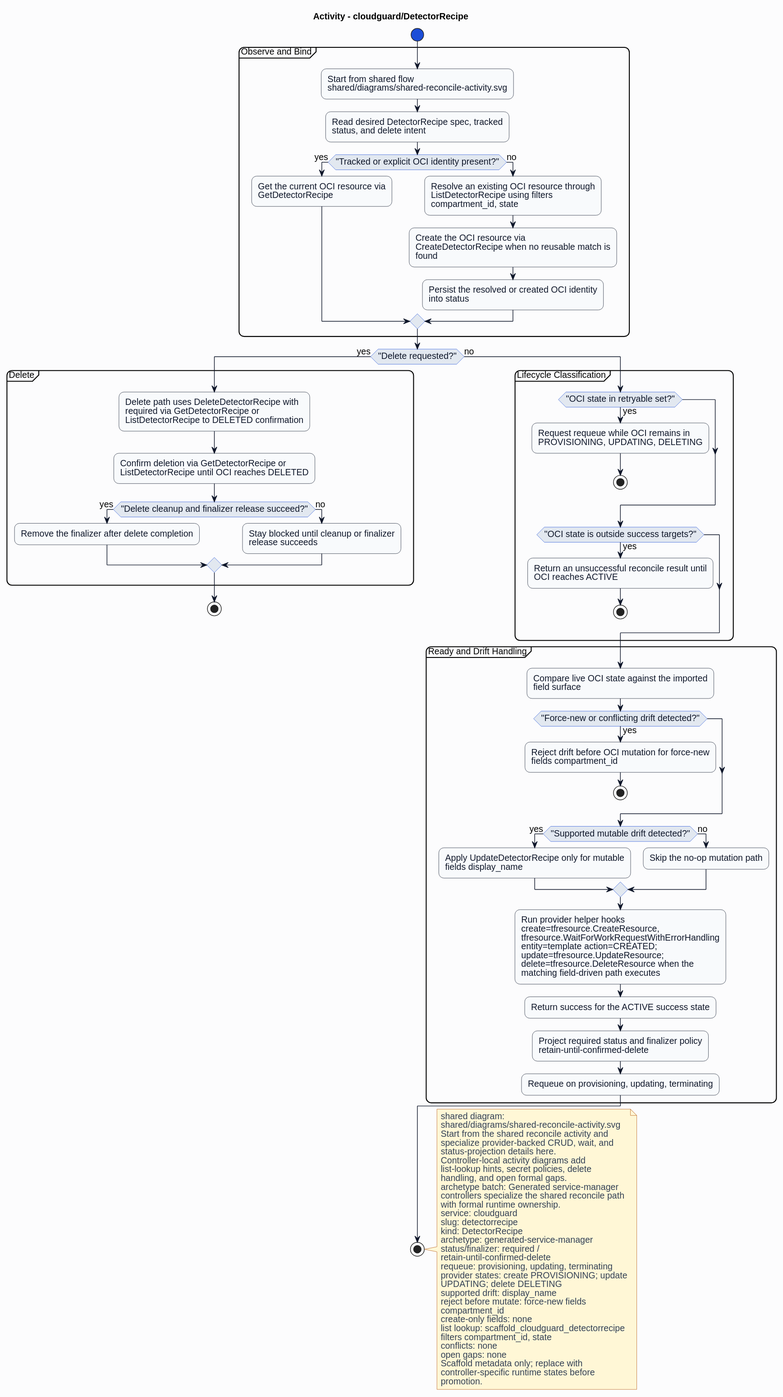
The PlantUML diagram formal/controllers/cloudguard/detectorrecipe/diagrams/activity.svg in HaoyL666/oci-service-operator, before a commit. Source of this version:
```plantuml
@startuml
skinparam shadowing false
skinparam backgroundColor #fcfcfd
skinparam defaultFontName Helvetica
skinparam defaultFontSize 14
skinparam arrowColor #0f172a
skinparam noteBackgroundColor #fff7d6
skinparam noteBorderColor #b45309
skinparam noteFontColor #334155
skinparam roundcorner 16
title Activity - cloudguard/DetectorRecipe
skinparam activity {
  backgroundColor #f8fafc
  borderColor #0f172a
  fontColor #0f172a
  diamondBackgroundColor #e2e8f0
  diamondBorderColor #1d4ed8
  diamondFontColor #0f172a
  startColor #1d4ed8
  endColor #0f172a
  barColor #1d4ed8
}
start
partition "Observe and Bind" {
:Start from shared flow\nshared/diagrams/shared-reconcile-activity.svg;
:Read desired DetectorRecipe spec, tracked\nstatus, and delete intent;
if ("Tracked or explicit OCI identity present?") then (yes)
:Get the current OCI resource via\nGetDetectorRecipe;
else (no)
:Resolve an existing OCI resource through\nListDetectorRecipe using filters\ncompartment_id, state;
:Create the OCI resource via\nCreateDetectorRecipe when no reusable match is\nfound;
:Persist the resolved or created OCI identity\ninto status;
endif
}
if ("Delete requested?") then (yes)
partition "Delete" {
:Delete path uses DeleteDetectorRecipe with\nrequired via GetDetectorRecipe or\nListDetectorRecipe to DELETED confirmation;
:Confirm deletion via GetDetectorRecipe or\nListDetectorRecipe until OCI reaches DELETED;
if ("Delete cleanup and finalizer release succeed?") then (yes)
:Remove the finalizer after delete completion;
else (no)
:Stay blocked until cleanup or finalizer\nrelease succeeds;
endif
}
stop
else (no)
partition "Lifecycle Classification" {
if ("OCI state in retryable set?") then (yes)
:Request requeue while OCI remains in\nPROVISIONING, UPDATING, DELETING;
stop
endif
if ("OCI state is outside success targets?") then (yes)
:Return an unsuccessful reconcile result until\nOCI reaches ACTIVE;
stop
endif
}
partition "Ready and Drift Handling" {
:Compare live OCI state against the imported\nfield surface;
if ("Force-new or conflicting drift detected?") then (yes)
:Reject drift before OCI mutation for force-new\nfields compartment_id;
stop
endif
if ("Supported mutable drift detected?") then (yes)
:Apply UpdateDetectorRecipe only for mutable\nfields display_name;
else (no)
:Skip the no-op mutation path;
endif
:Run provider helper hooks\ncreate=tfresource.CreateResource,\ntfresource.WaitForWorkRequestWithErrorHandling\nentity=template action=CREATED;\nupdate=tfresource.UpdateResource;\ndelete=tfresource.DeleteResource when the\nmatching field-driven path executes;
:Return success for the ACTIVE success state;
:Project required status and finalizer policy\nretain-until-confirmed-delete;
:Requeue on provisioning, updating, terminating;
}
endif
stop
note right
shared diagram:
shared/diagrams/shared-reconcile-activity.svg
Start from the shared reconcile activity and
specialize provider-backed CRUD, wait, and
status-projection details here.
Controller-local activity diagrams add
list-lookup hints, secret policies, delete
handling, and open formal gaps.
archetype batch: Generated service-manager
controllers specialize the shared reconcile path
with formal runtime ownership.
service: cloudguard
slug: detectorrecipe
kind: DetectorRecipe
archetype: generated-service-manager
status/finalizer: required /
retain-until-confirmed-delete
requeue: provisioning, updating, terminating
provider states: create PROVISIONING; update
UPDATING; delete DELETING
supported drift: display_name
reject before mutate: force-new fields
compartment_id
create-only fields: none
list lookup: scaffold_cloudguard_detectorrecipe
filters compartment_id, state
conflicts: none
open gaps: none
Scaffold metadata only; replace with
controller-specific runtime states before
promotion.
end note
@enduml
```
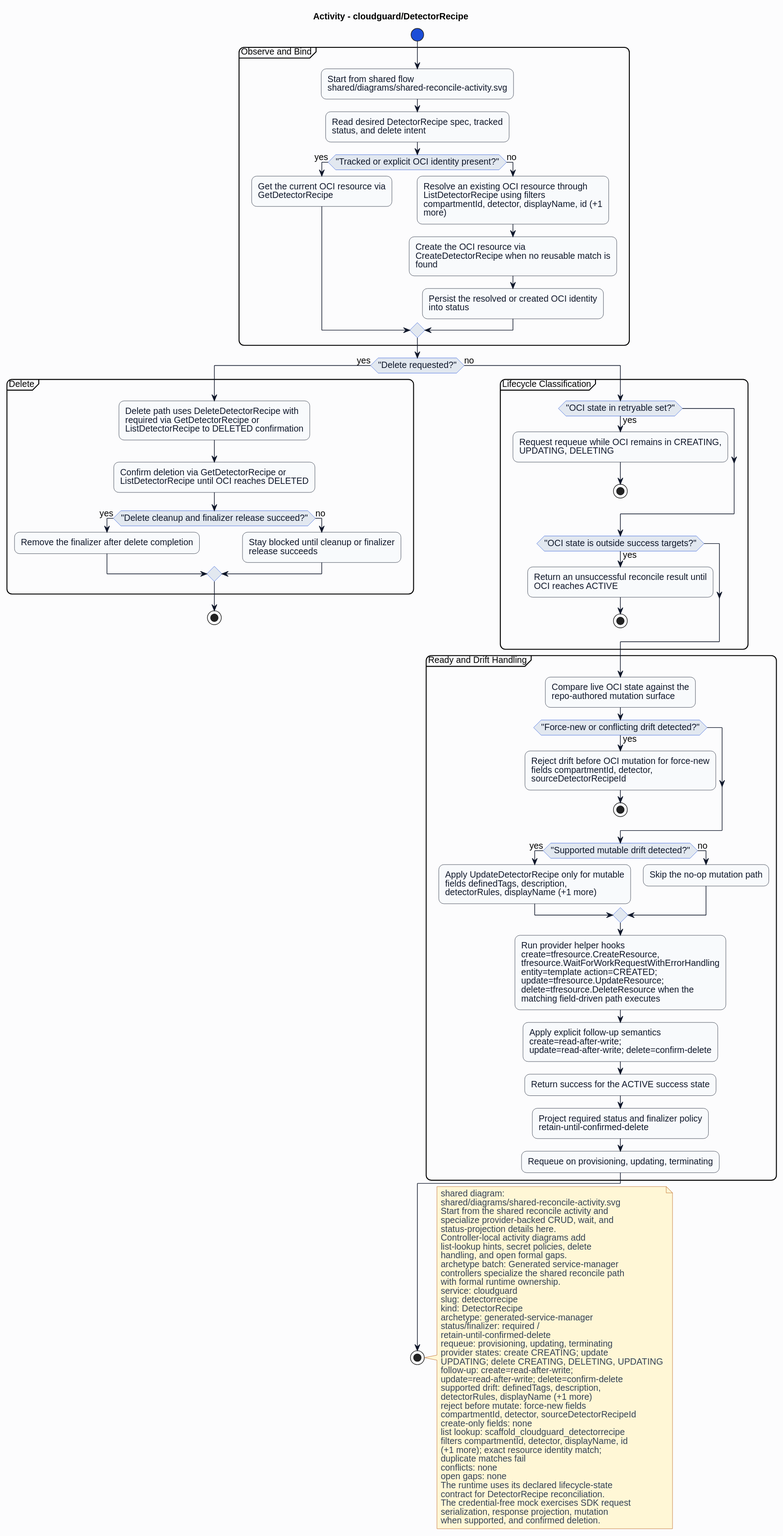
The same file after the commit.

Change to the diagram source:
```diff
@@ -27,7 +27,7 @@
 if ("Tracked or explicit OCI identity present?") then (yes)
 :Get the current OCI resource via\nGetDetectorRecipe;
 else (no)
-:Resolve an existing OCI resource through\nListDetectorRecipe using filters\ncompartment_id, state;
+:Resolve an existing OCI resource through\nListDetectorRecipe using filters\ncompartmentId, detector, displayName, id (+1\nmore);
 :Create the OCI resource via\nCreateDetectorRecipe when no reusable match is\nfound;
 :Persist the resolved or created OCI identity\ninto status;
 endif
@@ -46,7 +46,7 @@
 else (no)
 partition "Lifecycle Classification" {
 if ("OCI state in retryable set?") then (yes)
-:Request requeue while OCI remains in\nPROVISIONING, UPDATING, DELETING;
+:Request requeue while OCI remains in CREATING,\nUPDATING, DELETING;
 stop
 endif
 if ("OCI state is outside success targets?") then (yes)
@@ -55,17 +55,18 @@
 endif
 }
 partition "Ready and Drift Handling" {
-:Compare live OCI state against the imported\nfield surface;
+:Compare live OCI state against the\nrepo-authored mutation surface;
 if ("Force-new or conflicting drift detected?") then (yes)
-:Reject drift before OCI mutation for force-new\nfields compartment_id;
+:Reject drift before OCI mutation for force-new\nfields compartmentId, detector,\nsourceDetectorRecipeId;
 stop
 endif
 if ("Supported mutable drift detected?") then (yes)
-:Apply UpdateDetectorRecipe only for mutable\nfields display_name;
+:Apply UpdateDetectorRecipe only for mutable\nfields definedTags, description,\ndetectorRules, displayName (+1 more);
 else (no)
 :Skip the no-op mutation path;
 endif
 :Run provider helper hooks\ncreate=tfresource.CreateResource,\ntfresource.WaitForWorkRequestWithErrorHandling\nentity=template action=CREATED;\nupdate=tfresource.UpdateResource;\ndelete=tfresource.DeleteResource when the\nmatching field-driven path executes;
+:Apply explicit follow-up semantics\ncreate=read-after-write;\nupdate=read-after-write; delete=confirm-delete;
 :Return success for the ACTIVE success state;
 :Project required status and finalizer policy\nretain-until-confirmed-delete;
 :Requeue on provisioning, updating, terminating;
@@ -91,18 +92,25 @@
 status/finalizer: required /
 retain-until-confirmed-delete
 requeue: provisioning, updating, terminating
-provider states: create PROVISIONING; update
-UPDATING; delete DELETING
-supported drift: display_name
+provider states: create CREATING; update
+UPDATING; delete CREATING, DELETING, UPDATING
+follow-up: create=read-after-write;
+update=read-after-write; delete=confirm-delete
+supported drift: definedTags, description,
+detectorRules, displayName (+1 more)
 reject before mutate: force-new fields
-compartment_id
+compartmentId, detector, sourceDetectorRecipeId
 create-only fields: none
 list lookup: scaffold_cloudguard_detectorrecipe
-filters compartment_id, state
+filters compartmentId, detector, displayName, id
+(+1 more); exact resource identity match;
+duplicate matches fail
 conflicts: none
 open gaps: none
-Scaffold metadata only; replace with
-controller-specific runtime states before
-promotion.
+The runtime uses its declared lifecycle-state
+contract for DetectorRecipe reconciliation.
+The credential-free mock exercises SDK request
+serialization, response projection, mutation
+when supported, and confirmed deletion.
 end note
 @enduml
```
